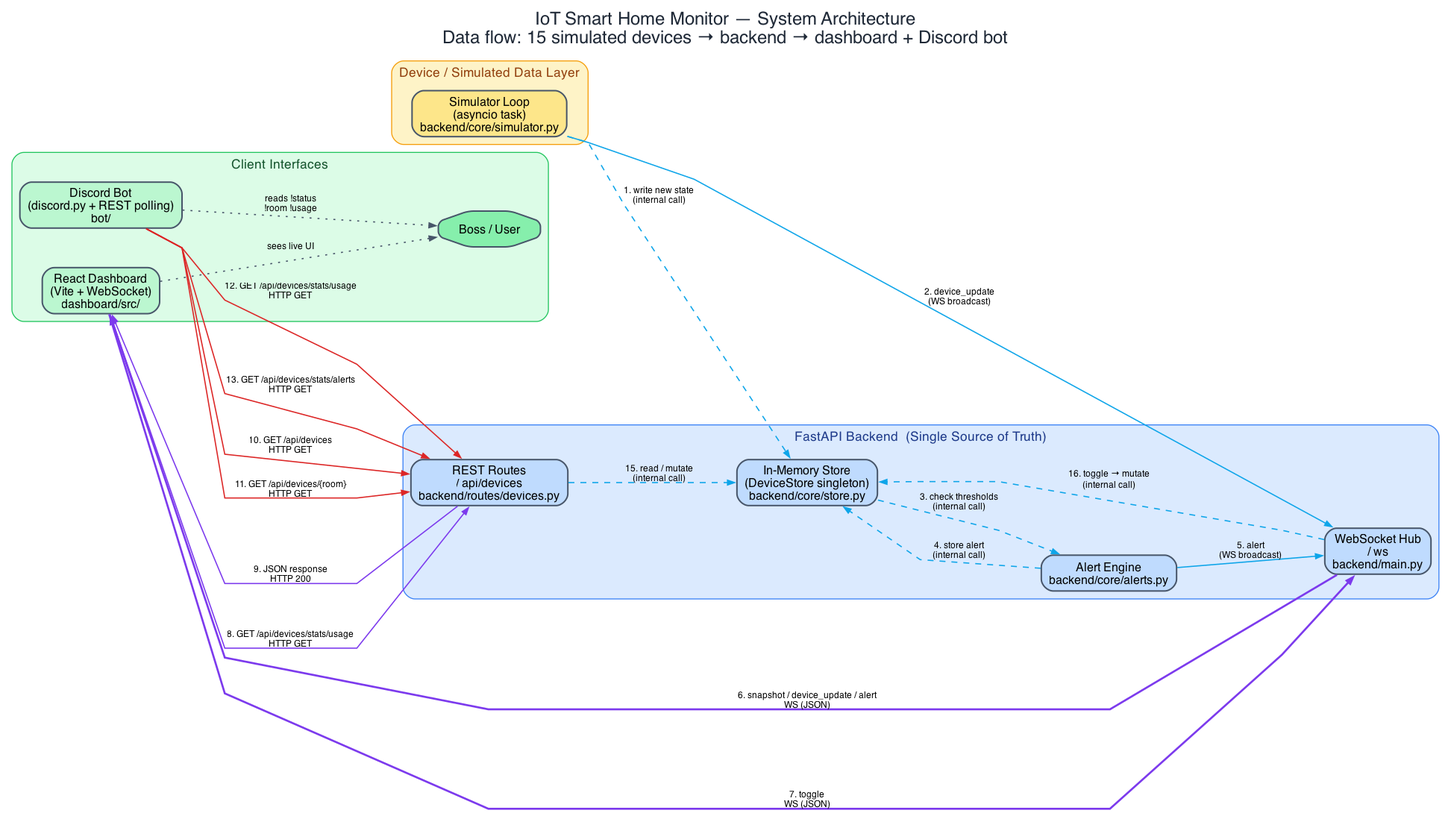
The Graphviz diagram diagrams/architecture.png in Jahidul183019/IUT_Techathon_Preli, before a commit. Its source is kept beside it as diagrams/architecture.dot.
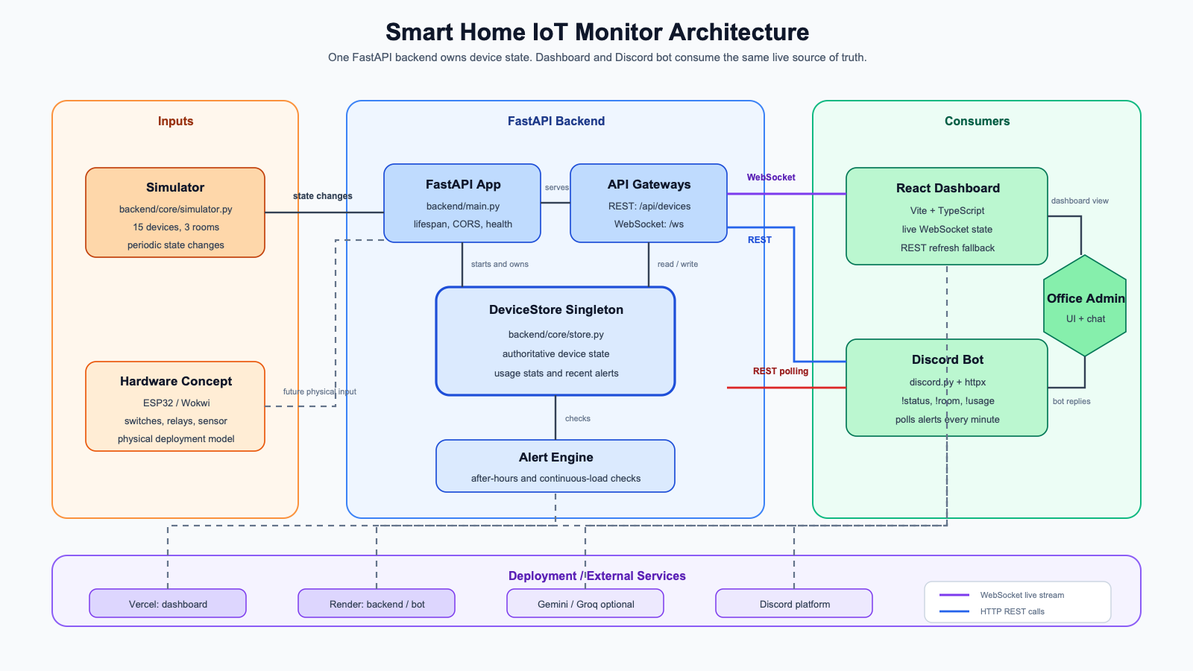
After the change.

Commit message:
Update architecture diagram

The edit, as a diff of the source:
```diff
@@ -1,99 +1,240 @@
 
 digraph Architecture {
-    rankdir=LR;
-    splines=polyline;
-    nodesep=0.55;
-    ranksep=1.2;
-    bgcolor="white";
-    fontname="Helvetica";
-    label="IoT Smart Home Monitor — System Architecture\nData flow: 15 simulated devices → backend → dashboard + Discord bot";
-    labelloc="t";
-    fontsize=18;
-    fontcolor="#1f2937";
+    graph [
+        rankdir=LR,
+        bgcolor="#f8fafc",
+        compound=true,
+        splines=ortho,
+        nodesep=0.55,
+        ranksep=0.95,
+        pad=0.25,
+        label="Smart Home IoT Monitor - Overall Architecture",
+        labelloc=t,
+        fontsize=24,
+        fontname="Helvetica-Bold",
+        fontcolor="#0f172a"
+    ];
 
     node [
         shape=box,
         style="rounded,filled",
         fontname="Helvetica",
         fontsize=12,
-        color="#475569",
-        penwidth=1.5,
+        color="#334155",
+        penwidth=1.4,
+        margin="0.12,0.08"
     ];
 
     edge [
         fontname="Helvetica",
-        fontsize=9,
+        fontsize=10,
         color="#475569",
-        penwidth=1.2,
-        arrowsize=0.7,
+        penwidth=1.3,
+        arrowsize=0.7
     ];
 
-    subgraph cluster_device {
-        label="Device / Simulated Data Layer";
+    subgraph cluster_sources {
+        label="Device and Input Layer";
         style="rounded,filled";
-        fillcolor="#fef3c7";
-        color="#f59e0b";
-        fontcolor="#92400e";
-        fontsize=13;
+        fillcolor="#fff7ed";
+        color="#fb923c";
+        fontcolor="#9a3412";
+        fontsize=15;
 
-        SIM [label="Simulator Loop\n(asyncio task)\nbackend/core/simulator.py",
-             fillcolor="#fde68a"];
+        simulator [
+            label="Python Simulator\nbackend/core/simulator.py\n15 devices, 3 rooms, 4s ticks",
+            fillcolor="#fed7aa"
+        ];
+
+        hardware [
+            label="ESP32 / Wokwi Hardware Concept\ncircuit/diagram.json\n1 room: switches, relays, current sensor",
+            fillcolor="#ffedd5"
+        ];
     }
 
     subgraph cluster_backend {
-        label="FastAPI Backend  (Single Source of Truth)";
+        label="FastAPI Backend - Single Source of Truth";
         style="rounded,filled";
-        fillcolor="#dbeafe";
+        fillcolor="#eff6ff";
         color="#3b82f6";
         fontcolor="#1e3a8a";
-        fontsize=13;
+        fontsize=15;
 
-        STORE [label="In-Memory Store\n(DeviceStore singleton)\nbackend/core/store.py",
-               fillcolor="#bfdbfe"];
-        ALERTS [label="Alert Engine\nbackend/core/alerts.py",
-                fillcolor="#bfdbfe"];
-        WSHUB  [label="WebSocket Hub\n/ ws\nbackend/main.py",
-                fillcolor="#bfdbfe"];
-        REST   [label="REST Routes\n/ api/devices\nbackend/routes/devices.py",
-                fillcolor="#bfdbfe"];
+        api [
+            label="FastAPI App\nbackend/main.py\nCORS, lifespan, health, /ws",
+            fillcolor="#bfdbfe"
+        ];
+
+        store [
+            label="DeviceStore Singleton\nbackend/core/store.py\ncurrent state, usage, recent alerts",
+            fillcolor="#dbeafe",
+            penwidth=2.2,
+            color="#1d4ed8"
+        ];
+
+        alerts [
+            label="Alert Engine\nbackend/core/alerts.py\nafter-hours + continuous-room rules",
+            fillcolor="#dbeafe"
+        ];
+
+        rest [
+            label="REST API\nbackend/routes/devices.py\n/api/devices, usage, alerts, toggle",
+            fillcolor="#bfdbfe"
+        ];
+
+        ws [
+            label="WebSocket Hub\n/ws\nsnapshot, device_update, alert, pong",
+            fillcolor="#bfdbfe"
+        ];
     }
 
     subgraph cluster_clients {
-        label="Client Interfaces";
+        label="Application Interfaces";
         style="rounded,filled";
-        fillcolor="#dcfce7";
-        color="#22c55e";
-        fontcolor="#14532d";
-        fontsize=13;
+        fillcolor="#ecfdf5";
+        color="#10b981";
+        fontcolor="#065f46";
+        fontsize=15;
 
-        DASH  [label="React Dashboard\n(Vite + WebSocket)\ndashboard/src/",
-               fillcolor="#bbf7d0"];
-        BOT   [label="Discord Bot\n(discord.py + REST polling)\nbot/",
-               fillcolor="#bbf7d0"];
-        USER  [label="Boss / User",
-               shape=octagon,
-               fillcolor="#86efac"];
+        dashboard [
+            label="React Dashboard\nVite + TypeScript\ndashboard/src/",
+            fillcolor="#bbf7d0"
+        ];
+
+        bot [
+            label="Discord Bot\ndiscord.py + httpx\nbot/",
+            fillcolor="#bbf7d0"
+        ];
+
+        user [
+            label="User / Office Admin\nlive UI + Discord commands",
+            shape=octagon,
+            fillcolor="#86efac"
+        ];
     }
 
-    SIM    -> STORE  [label="1. write new state\n(internal call)",          style=dashed, color="#0ea5e9"];
-    SIM    -> WSHUB  [label="2. device_update\n(WS broadcast)",             color="#0ea5e9"];
-    STORE  -> ALERTS [label="3. check thresholds\n(internal call)",          style=dashed, color="#0ea5e9"];
-    ALERTS -> STORE  [label="4. store alert\n(internal call)",               style=dashed, color="#0ea5e9"];
-    ALERTS -> WSHUB  [label="5. alert\n(WS broadcast)",                       color="#0ea5e9"];
+    subgraph cluster_external {
+        label="External Services and Hosting";
+        style="rounded,filled";
+        fillcolor="#f5f3ff";
+        color="#8b5cf6";
+        fontcolor="#5b21b6";
+        fontsize=15;
 
-    WSHUB  -> DASH   [label="6. snapshot / device_update / alert\nWS (JSON)", color="#7c3aed", penwidth=2];
-    DASH   -> WSHUB  [label="7. toggle\nWS (JSON)",                          color="#7c3aed", penwidth=2];
-    DASH   -> REST   [label="8. GET /api/devices/stats/usage\nHTTP GET",    color="#7c3aed"];
-    REST   -> DASH   [label="9. JSON response\nHTTP 200",                    color="#7c3aed"];
+        vercel [
+            label="Vercel\nDashboard hosting\nVITE_API_URL / VITE_WS_URL",
+            fillcolor="#ddd6fe"
+        ];
 
-    BOT    -> REST   [label="10. GET /api/devices\nHTTP GET",                 color="#dc2626"];
-    BOT    -> REST   [label="11. GET /api/devices/{room}\nHTTP GET",          color="#dc2626"];
-    BOT    -> REST   [label="12. GET /api/devices/stats/usage\nHTTP GET",     color="#dc2626"];
-    BOT    -> REST   [label="13. GET /api/devices/stats/alerts\nHTTP GET",    color="#dc2626"];
+        render [
+            label="Render\nBackend and bot targets\nhealth endpoints",
+            fillcolor="#ddd6fe"
+        ];
 
-    REST   -> STORE  [label="15. read / mutate\n(internal call)",             style=dashed, color="#0ea5e9"];
-    WSHUB  -> STORE  [label="16. toggle → mutate\n(internal call)",           style=dashed, color="#0ea5e9"];
+        llm [
+            label="Gemini / Groq APIs\noptional bot response rewrite",
+            fillcolor="#ede9fe"
+        ];
 
-    DASH   -> USER   [label="sees live UI", style=dotted, color="#475569"];
-    BOT    -> USER   [label="reads !status\n!room !usage",  style=dotted, color="#475569"];
+        discord [
+            label="Discord Platform\nmessages, commands, alert channel",
+            fillcolor="#ede9fe"
+        ];
+    }
+
+    simulator -> store [
+        label="mutates device state"
+    ];
+    simulator -> alerts [
+        label="runs alert checks after ticks"
+    ];
+    simulator -> ws [
+        label="broadcasts device_update"
+    ];
+    hardware -> simulator [
+        label="physical deployment model\n(currently simulated)",
+        style=dashed
+    ];
+
+    api -> ws [
+        label="owns connection manager"
+    ];
+    api -> rest [
+        label="mounts router"
+    ];
+    rest -> store [
+        label="read devices / usage / alerts\nPOST toggle mutates state"
+    ];
+    ws -> store [
+        label="snapshot on connect\ntoggle message mutates"
+    ];
+    alerts -> store [
+        label="stores generated alerts"
+    ];
+    alerts -> ws [
+        label="broadcasts alert events"
+    ];
+    rest -> ws [
+        label="REST toggle rebroadcasts update"
+    ];
+
+    dashboard -> rest [
+        label="initial REST refresh + fallback toggle\nHTTP JSON",
+        color="#2563eb"
+    ];
+    rest -> dashboard [
+        label="devices, usage, alerts",
+        color="#2563eb"
+    ];
+    ws -> dashboard [
+        label="snapshot, updates, alerts\nWebSocket JSON",
+        color="#7c3aed",
+        penwidth=2.0
+    ];
+    dashboard -> ws [
+        label="toggle, ping\nWebSocket JSON",
+        color="#7c3aed",
+        penwidth=2.0
+    ];
+
+    bot -> rest [
+        label="!status, !room, !usage\nalert polling",
+        color="#dc2626"
+    ];
+    rest -> bot [
+        label="JSON responses",
+        color="#dc2626"
+    ];
+    bot -> llm [
+        label="optional friendly summaries",
+        style=dashed
+    ];
+    bot -> discord [
+        label="posts command replies + alerts"
+    ];
+    discord -> bot [
+        label="user commands"
+    ];
+
+    dashboard -> user [
+        label="live monitoring and toggles",
+        style=dotted
+    ];
+    discord -> user [
+        label="chat operations",
+        style=dotted
+    ];
+
+    vercel -> dashboard [
+        label="serves static app",
+        style=dashed
+    ];
+    render -> api [
+        label="runs backend",
+        style=dashed
+    ];
+    render -> bot [
+        label="runs bot worker/web service",
+        style=dashed
+    ];
 }
```
